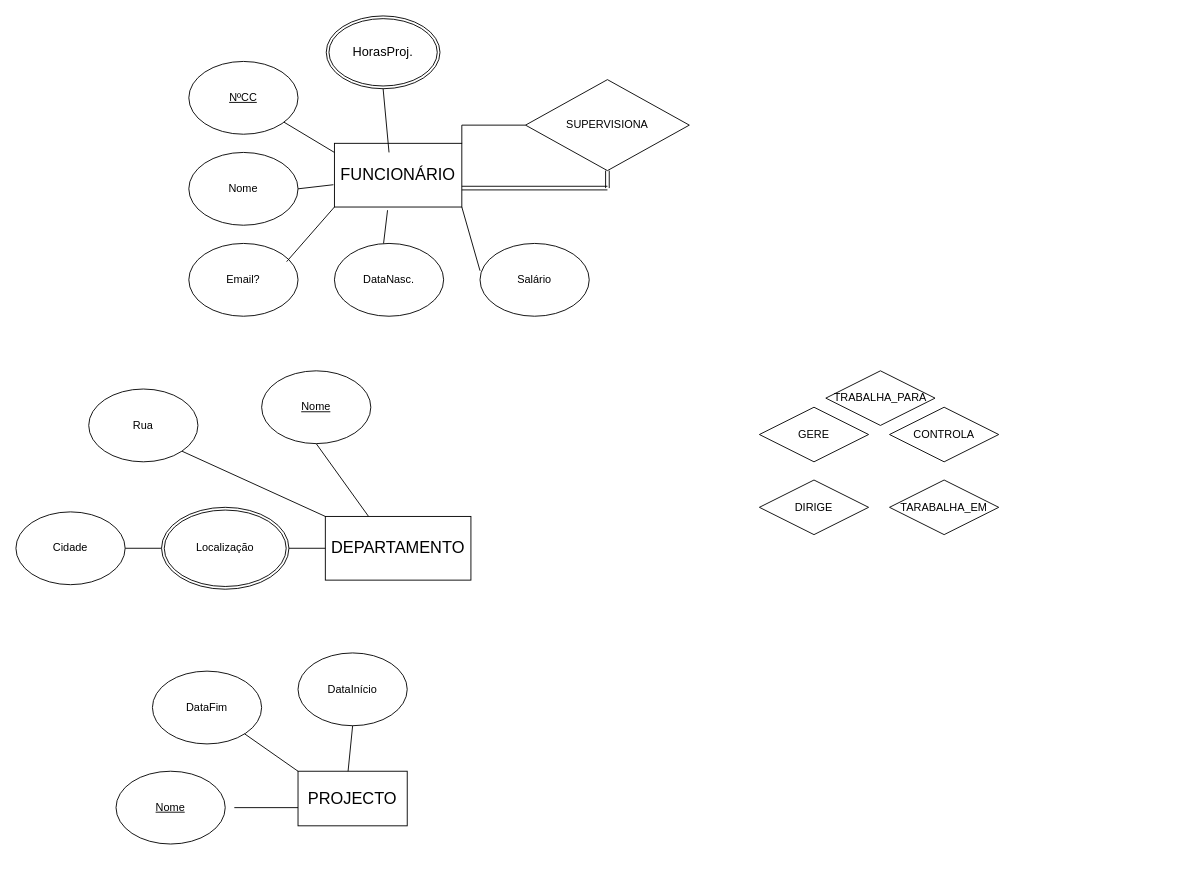
The draw.io diagram empresa.drawio in HenriqueINA/An-lise-de-Sistemas, before the edit. Source tidied: cells renumbered, new cells numbered last; positions are measured from the earlier drawing's top-left corner, leaving out a move shared by most shapes. Both pictures are drawn from the tidied source at 91%, with x=0, y=0 at pixel (15, 15).
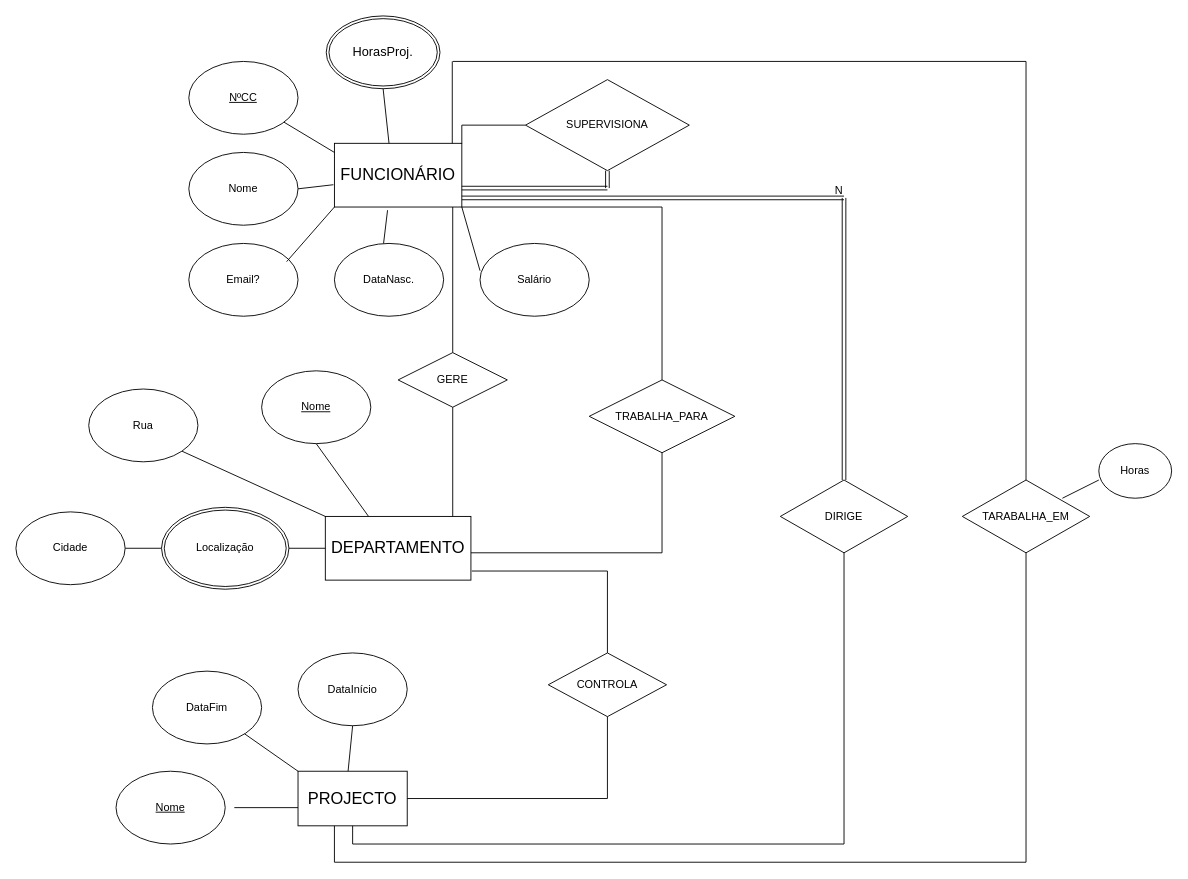
The same diagram, later.

Unchanged cells that the change refers to:
```xml
<mxCell id="2" value="&lt;font style=&quot;font-size: 18px;&quot;&gt;FUNCIONÁRIO&lt;/font&gt;" style="rounded=0;whiteSpace=wrap;html=1;" parent="1" vertex="1">
  <mxGeometry x="350" y="140" width="140" height="70" as="geometry" />
</mxCell>
<mxCell id="8" value="&lt;font style=&quot;font-size: 14px;&quot;&gt;HorasP&lt;span style=&quot;background-color: transparent; color: light-dark(rgb(0, 0, 0), rgb(255, 255, 255));&quot;&gt;roj.&lt;/span&gt;&lt;/font&gt;" style="ellipse;shape=doubleEllipse;margin=3;whiteSpace=wrap;html=1;align=center;" parent="1" vertex="1">
  <mxGeometry x="341" width="125" height="80" as="geometry" />
</mxCell>
<mxCell id="15" value="&lt;font style=&quot;font-size: 18px;&quot;&gt;DEPARTAMENTO&lt;/font&gt;" style="rounded=0;whiteSpace=wrap;html=1;" parent="1" vertex="1">
  <mxGeometry x="340" y="550" width="160" height="70" as="geometry" />
</mxCell>
```

The edit, as a diff of the source:
```diff
@@
     <mxCell id="10" style="endArrow=none;html=1;rounded=0;entryX=0.5;entryY=1;entryDx=0;entryDy=0;" parent="1" edge="1" target="8">
       <mxGeometry relative="1" as="geometry">
-        <mxPoint x="410" y="150" as="sourcePoint" />
+        <mxPoint x="410" y="140" as="sourcePoint" />
       </mxGeometry>
     </mxCell>
@@
     <mxCell id="32" value="TARABALHA_EM" style="shape=rhombus;perimeter=rhombusPerimeter;whiteSpace=wrap;html=1;align=center;" parent="1" vertex="1">
-      <mxGeometry x="960" y="510" width="120" height="60" as="geometry" />
+      <mxGeometry x="1040" y="510" width="140" height="80" as="geometry" />
     </mxCell>
     <mxCell id="33" value="DIRIGE" style="shape=rhombus;perimeter=rhombusPerimeter;whiteSpace=wrap;html=1;align=center;" parent="1" vertex="1">
-      <mxGeometry x="817" y="510" width="120" height="60" as="geometry" />
+      <mxGeometry x="840" y="510" width="140" height="80" as="geometry" />
     </mxCell>
     <mxCell id="34" value="CONTROLA" style="shape=rhombus;perimeter=rhombusPerimeter;whiteSpace=wrap;html=1;align=center;" parent="1" vertex="1">
-      <mxGeometry x="960" y="430" width="120" height="60" as="geometry" />
+      <mxGeometry x="585" y="700" width="130" height="70" as="geometry" />
     </mxCell>
     <mxCell id="35" value="GERE" style="shape=rhombus;perimeter=rhombusPerimeter;whiteSpace=wrap;html=1;align=center;" parent="1" vertex="1">
-      <mxGeometry x="817" y="430" width="120" height="60" as="geometry" />
+      <mxGeometry x="420" y="370" width="120" height="60" as="geometry" />
     </mxCell>
     <mxCell id="36" value="TRABALHA_PARA" style="shape=rhombus;perimeter=rhombusPerimeter;whiteSpace=wrap;html=1;align=center;" parent="1" vertex="1">
-      <mxGeometry x="890" y="390" width="120" height="60" as="geometry" />
+      <mxGeometry x="630" y="400" width="160" height="80" as="geometry" />
     </mxCell>
@@
+    <mxCell id="42" style="endArrow=none;html=1;rounded=0;exitX=1;exitY=0.571;exitDx=0;exitDy=0;exitPerimeter=0;" parent="1" edge="1" source="15">
+      <mxGeometry relative="1" as="geometry">
+        <mxPoint x="710" y="590" as="targetPoint" />
+      </mxGeometry>
+    </mxCell>
+    <mxCell id="43" style="endArrow=none;html=1;rounded=0;entryX=0.5;entryY=1;entryDx=0;entryDy=0;" parent="1" edge="1" target="36">
+      <mxGeometry relative="1" as="geometry">
+        <mxPoint x="710" y="590" as="sourcePoint" />
+      </mxGeometry>
+    </mxCell>
+    <mxCell id="44" style="endArrow=none;html=1;rounded=0;" parent="1" edge="1">
+      <mxGeometry relative="1" as="geometry">
+        <mxPoint x="710" y="400" as="sourcePoint" />
+        <mxPoint x="710" y="210" as="targetPoint" />
+      </mxGeometry>
+    </mxCell>
+    <mxCell id="45" style="endArrow=none;html=1;rounded=0;exitX=1;exitY=1;exitDx=0;exitDy=0;" parent="1" edge="1" source="2">
+      <mxGeometry relative="1" as="geometry">
+        <mxPoint x="710" y="210" as="targetPoint" />
+      </mxGeometry>
+    </mxCell>
+    <mxCell id="46" style="endArrow=none;html=1;rounded=0;" parent="1" edge="1">
+      <mxGeometry relative="1" as="geometry">
+        <mxPoint x="480" y="370" as="sourcePoint" />
+        <mxPoint x="480" y="210" as="targetPoint" />
+      </mxGeometry>
+    </mxCell>
+    <mxCell id="47" style="endArrow=none;html=1;rounded=0;exitX=0.875;exitY=0;exitDx=0;exitDy=0;exitPerimeter=0;" parent="1" edge="1" source="15">
+      <mxGeometry relative="1" as="geometry">
+        <mxPoint x="480" y="430" as="targetPoint" />
+      </mxGeometry>
+    </mxCell>
+    <mxCell id="48" style="endArrow=none;html=1;rounded=0;" parent="1" edge="1">
+      <mxGeometry relative="1" as="geometry">
+        <mxPoint x="430" y="860" as="sourcePoint" />
+        <mxPoint x="650" y="860" as="targetPoint" />
+      </mxGeometry>
+    </mxCell>
+    <mxCell id="49" style="endArrow=none;html=1;rounded=0;entryX=0.5;entryY=1;entryDx=0;entryDy=0;" parent="1" edge="1" target="34">
+      <mxGeometry relative="1" as="geometry">
+        <mxPoint x="650" y="860" as="sourcePoint" />
+      </mxGeometry>
+    </mxCell>
+    <mxCell id="50" style="endArrow=none;html=1;rounded=0;" parent="1" edge="1">
+      <mxGeometry relative="1" as="geometry">
+        <mxPoint x="650" y="700" as="sourcePoint" />
+        <mxPoint x="650" y="610" as="targetPoint" />
+      </mxGeometry>
+    </mxCell>
+    <mxCell id="51" style="endArrow=none;html=1;rounded=0;exitX=1.006;exitY=0.857;exitDx=0;exitDy=0;exitPerimeter=0;" parent="1" edge="1" source="15">
+      <mxGeometry relative="1" as="geometry">
+        <mxPoint x="650" y="610" as="targetPoint" />
+      </mxGeometry>
+    </mxCell>
+    <mxCell id="52" style="endArrow=none;html=1;rounded=0;" parent="1" edge="1">
+      <mxGeometry relative="1" as="geometry">
+        <mxPoint x="370" y="910" as="sourcePoint" />
+        <mxPoint x="370" y="890" as="targetPoint" />
+      </mxGeometry>
+    </mxCell>
+    <mxCell id="53" style="endArrow=none;html=1;rounded=0;" parent="1" edge="1">
+      <mxGeometry relative="1" as="geometry">
+        <mxPoint x="370" y="910" as="sourcePoint" />
+        <mxPoint x="910" y="910" as="targetPoint" />
+      </mxGeometry>
+    </mxCell>
+    <mxCell id="54" style="endArrow=none;html=1;rounded=0;entryX=0.5;entryY=1;entryDx=0;entryDy=0;" parent="1" edge="1" target="33">
+      <mxGeometry relative="1" as="geometry">
+        <mxPoint x="910" y="910" as="sourcePoint" />
+      </mxGeometry>
+    </mxCell>
+    <mxCell id="55" style="endArrow=none;html=1;rounded=0;" parent="1" edge="1">
+      <mxGeometry relative="1" as="geometry">
+        <mxPoint x="350" y="930" as="sourcePoint" />
+        <mxPoint x="350" y="890" as="targetPoint" />
+      </mxGeometry>
+    </mxCell>
+    <mxCell id="56" style="endArrow=none;html=1;rounded=0;" parent="1" edge="1">
+      <mxGeometry relative="1" as="geometry">
+        <mxPoint x="350" y="930" as="sourcePoint" />
+        <mxPoint x="1110" y="930" as="targetPoint" />
+      </mxGeometry>
+    </mxCell>
+    <mxCell id="57" style="endArrow=none;html=1;rounded=0;" parent="1" edge="1">
+      <mxGeometry relative="1" as="geometry">
+        <mxPoint x="1110" y="930" as="sourcePoint" />
+        <mxPoint x="1110" y="590" as="targetPoint" />
+      </mxGeometry>
+    </mxCell>
+    <mxCell id="58" style="endArrow=none;html=1;rounded=0;" parent="1" edge="1">
+      <mxGeometry relative="1" as="geometry">
+        <mxPoint x="1110" y="510" as="sourcePoint" />
+        <mxPoint x="1110" y="50" as="targetPoint" />
+      </mxGeometry>
+    </mxCell>
+    <mxCell id="59" style="endArrow=none;html=1;rounded=0;" parent="1" edge="1">
+      <mxGeometry relative="1" as="geometry">
+        <mxPoint x="480" y="50" as="sourcePoint" />
+        <mxPoint x="1110" y="50" as="targetPoint" />
+      </mxGeometry>
+    </mxCell>
+    <mxCell id="60" style="endArrow=none;html=1;rounded=0;" parent="1" edge="1">
+      <mxGeometry relative="1" as="geometry">
+        <mxPoint x="479.5" y="140" as="sourcePoint" />
+        <mxPoint x="479.5" y="50" as="targetPoint" />
+      </mxGeometry>
+    </mxCell>
+    <mxCell id="61" style="endArrow=none;html=1;rounded=0;" parent="1" edge="1">
+      <mxGeometry relative="1" as="geometry">
+        <mxPoint x="1150" y="530" as="sourcePoint" />
+        <mxPoint x="1190" y="510" as="targetPoint" />
+      </mxGeometry>
+    </mxCell>
+    <mxCell id="62" value="Horas" style="ellipse;whiteSpace=wrap;html=1;" parent="1" vertex="1">
+      <mxGeometry x="1190" y="470" width="80" height="60" as="geometry" />
+    </mxCell>
+    <mxCell id="63" style="shape=link;html=1;rounded=0;" parent="1" edge="1">
+      <mxGeometry relative="1" as="geometry">
+        <mxPoint x="490" y="200" as="sourcePoint" />
+        <mxPoint x="910" y="200" as="targetPoint" />
+      </mxGeometry>
+    </mxCell>
+    <mxCell id="64" value="N" style="html=1;whiteSpace=wrap;align=right;verticalAlign=bottom;" parent="63" vertex="1">
+      <mxGeometry x="1" relative="1" as="geometry" />
+    </mxCell>
+    <mxCell id="65" style="shape=link;html=1;rounded=0;entryX=0.5;entryY=0;entryDx=0;entryDy=0;" parent="1" edge="1" target="33">
+      <mxGeometry relative="1" as="geometry">
+        <mxPoint x="910" y="200" as="sourcePoint" />
+      </mxGeometry>
+    </mxCell>
```
